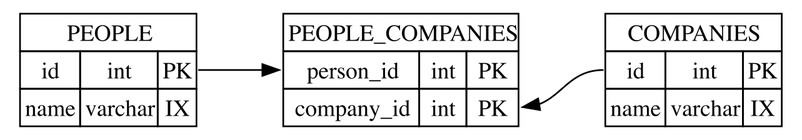
Above: img/abstract.png in dangermike/associative_entity_redux (Graphviz), before the change. Its source is kept beside it as img/abstract.dot.
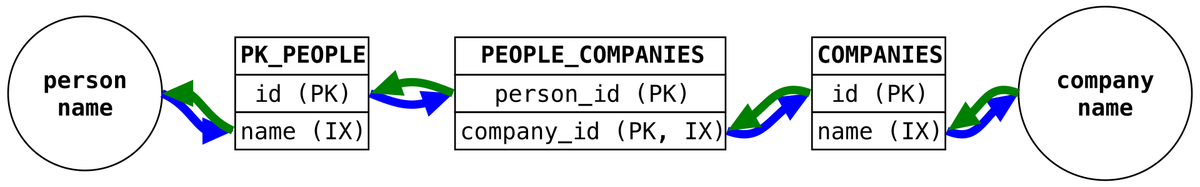
After the commit.

Diff of the diagram source:
```diff
@@ -1,36 +1,53 @@
 digraph {
     rankdir=LR
-    p:id -> pc:pid_l
-    pc:cid_r -> c:id [dir=back]
+    node [fontname="courier"]
+    graph [fontname="courier-bold" fontsize="18"]
 
     {
-        edge [style="invis"]
-        p:name -> pc:cid_l
-        c:name -> pc:pid_r
+        node [fontname="courier-bold" shape="circle"]
+        start_p [label="person\nname"]
+        start_c [label="company\nname"]
     }
 
+    pc [shape="plaintext" label=<<TABLE  BORDER="0" CELLBORDER="1" CELLSPACING="0">
+        <TR><TD><B>PEOPLE_COMPANIES</B></TD></TR>
+        <TR><TD port="pid">person_id (PK)</TD></TR>
+        <TR><TD port="cid">company_id (PK, IX)</TD></TR>
+    </TABLE>>]
 
-    p [shape=plaintext label=<
-     <TABLE BORDER="0" CELLBORDER="1" CELLSPACING="0">
-     <TR><TD COLSPAN="3">PEOPLE</TD></TR>
-     <TR><TD>id</TD><TD>int</TD><TD port="id">PK</TD></TR>
-     <TR><TD>name</TD><TD>varchar</TD><TD port="name">IX</TD></TR>
-     </TABLE>
-    >]
+    companies [shape="plaintext" label=<<TABLE  BORDER="0" CELLBORDER="1" CELLSPACING="0">
+        <TR><TD><B>COMPANIES</B></TD></TR>
+        <TR><TD port="cid">id (PK)</TD></TR>
+        <TR><TD port="name">name (IX)</TD></TR>
+    </TABLE>>]
 
-    pc [shape=plaintext label=<
-     <TABLE BORDER="0" CELLBORDER="1" CELLSPACING="0">
-     <TR><TD COLSPAN="3">PEOPLE_COMPANIES</TD></TR>
-     <TR><TD port="pid_l">person_id</TD><TD>int</TD><TD port="pid_r">PK</TD></TR>
-     <TR><TD port="cid_l">company_id</TD><TD>int</TD><TD port="cid_r">PK</TD></TR>
-     </TABLE>
-    >]
+    people [shape="plaintext" label=<<TABLE  BORDER="0" CELLBORDER="1" CELLSPACING="0">
+        <TR><TD><B>PK_PEOPLE</B></TD></TR>
+        <TR><TD port="pid">id (PK)</TD></TR>
+        <TR><TD port="name">name (IX)</TD></TR>
+    </TABLE>>]
 
-    c [shape=plaintext label=<
-     <TABLE BORDER="0" CELLBORDER="1" CELLSPACING="0">
-     <TR><TD COLSPAN="3">COMPANIES</TD></TR>
-     <TR><TD port="id">id</TD><TD>int</TD><TD>PK</TD></TR>
-     <TR><TD port="name">name</TD><TD>varchar</TD><TD>IX</TD></TR>
-     </TABLE>
-    >]
+    {
+        edge [penwidth="5" color="blue"]
+        start_p:e -> people:name
+        people:pid -> pc:pid
+        pc:cid -> companies:cid
+        companies:name -> start_c:w
+    }
+
+    {
+        edge [dir="back" penwidth="5" color="green"]
+        companies:name -> start_c:w
+        pc:cid -> companies:cid
+        people:pid -> pc:pid
+        start_p:e -> people:name
+    }
+
+    {
+        edge [weight=1000 style="invis"]
+        start_p:e -> people:w
+        people:e -> pc:w
+        pc:e -> companies:w
+        companies:e -> start_c:w
+    }
 }
```
